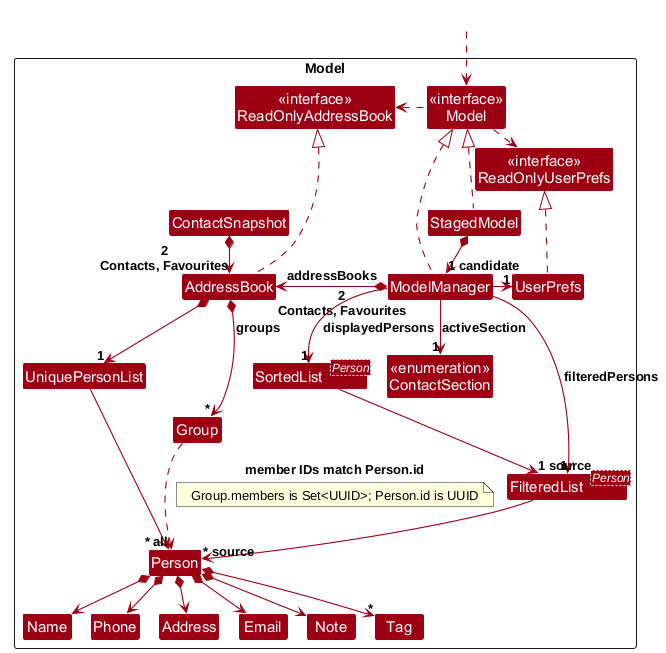
Earlier version of the PlantUML export docs/images/ModelClassDiagram.png (AY2627S1-CS2103T-W11-3/tp).
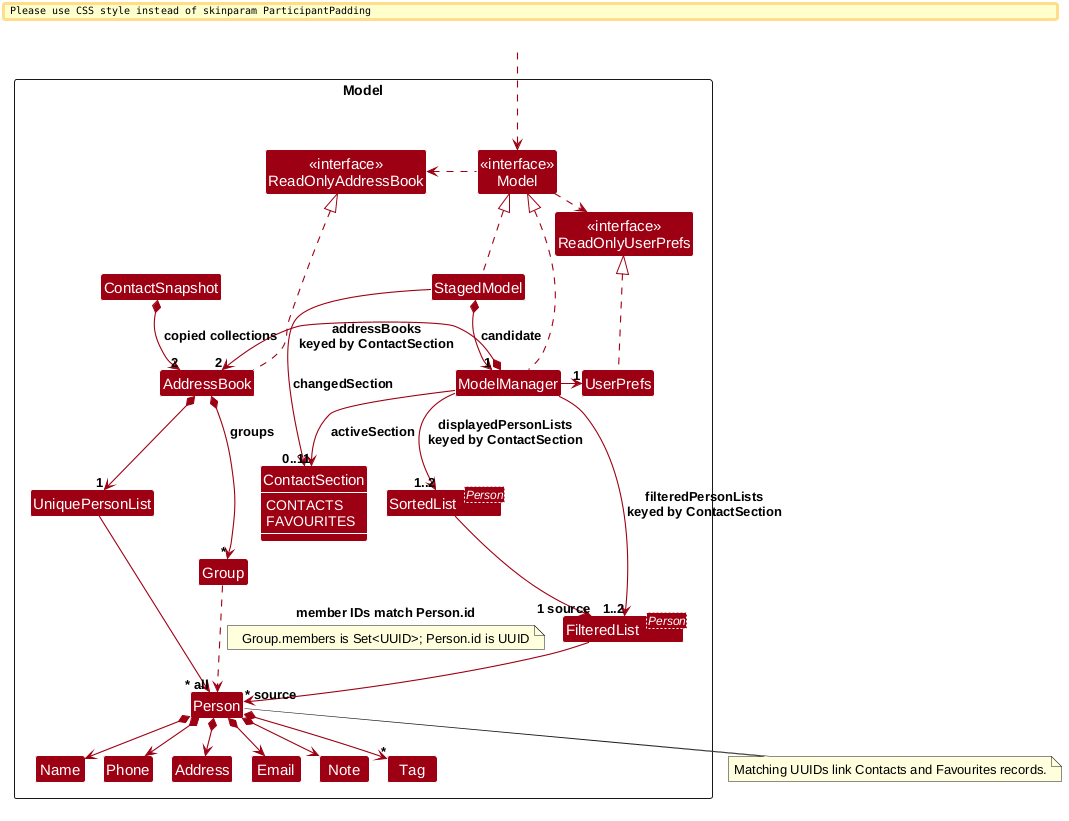
Later version of the same file.

Commit message:
Regenerate diagram images and fix guide references

What changed in the source:
```diff
@@ -4,6 +4,7 @@
 skinparam arrowThickness 1.1
 skinparam arrowColor MODEL_COLOR
 skinparam classBackgroundColor MODEL_COLOR
+skinparam classAttributeFontColor #FFFFFF
 
 Package Model as ModelPackage <<Rectangle>>{
 Class "<<interface>>\nReadOnlyAddressBook" as ReadOnlyAddressBook
@@ -13,8 +14,12 @@
 Class ModelManager
 Class StagedModel
 Class ContactSnapshot
+enum ContactSection {
+    CONTACTS
+    FAVOURITES
+}
+show ContactSection members
 Class UserPrefs
-Class "<<enumeration>>\nContactSection" as ContactSection
 
 Class UniquePersonList
 Class "FilteredList<Person>" as FilteredPersonList
@@ -38,13 +43,14 @@
 
 ModelManager .up.|> Model
 StagedModel .up.|> Model
-StagedModel *--> "1 candidate" ModelManager
+StagedModel *--> "1" ModelManager : candidate
+StagedModel --> "0..1" ContactSection : changedSection
 Model .right.> ReadOnlyUserPrefs
 Model .left.> ReadOnlyAddressBook
-ModelManager *-left-> "2\nContacts, Favourites" AddressBook : addressBooks
+ModelManager *-left-> "2" AddressBook : addressBooks\nkeyed by ContactSection
 ModelManager -right-> "1" UserPrefs
 ModelManager --> "1" ContactSection : activeSection
-ContactSnapshot *--> "2\nContacts, Favourites" AddressBook
+ContactSnapshot *--> "2" AddressBook : copied collections
 UserPrefs .up.|> ReadOnlyUserPrefs
 
 AddressBook *--> "1" UniquePersonList
@@ -66,8 +72,11 @@
 Phone -[hidden]right-> Address
 Address -[hidden]right-> Email
 
-ModelManager --> "1" FilteredPersonList : filteredPersons
-ModelManager --> "1" SortedPersonList : displayedPersons
+ModelManager --> "1..2" FilteredPersonList : filteredPersonLists\nkeyed by ContactSection
+ModelManager --> "1..2" SortedPersonList : displayedPersonLists\nkeyed by ContactSection
 FilteredPersonList --> "~* source" Person
 SortedPersonList --> "1 source" FilteredPersonList
+note bottom of Person
+Matching UUIDs link Contacts and Favourites records.
+end note
 @enduml
```
